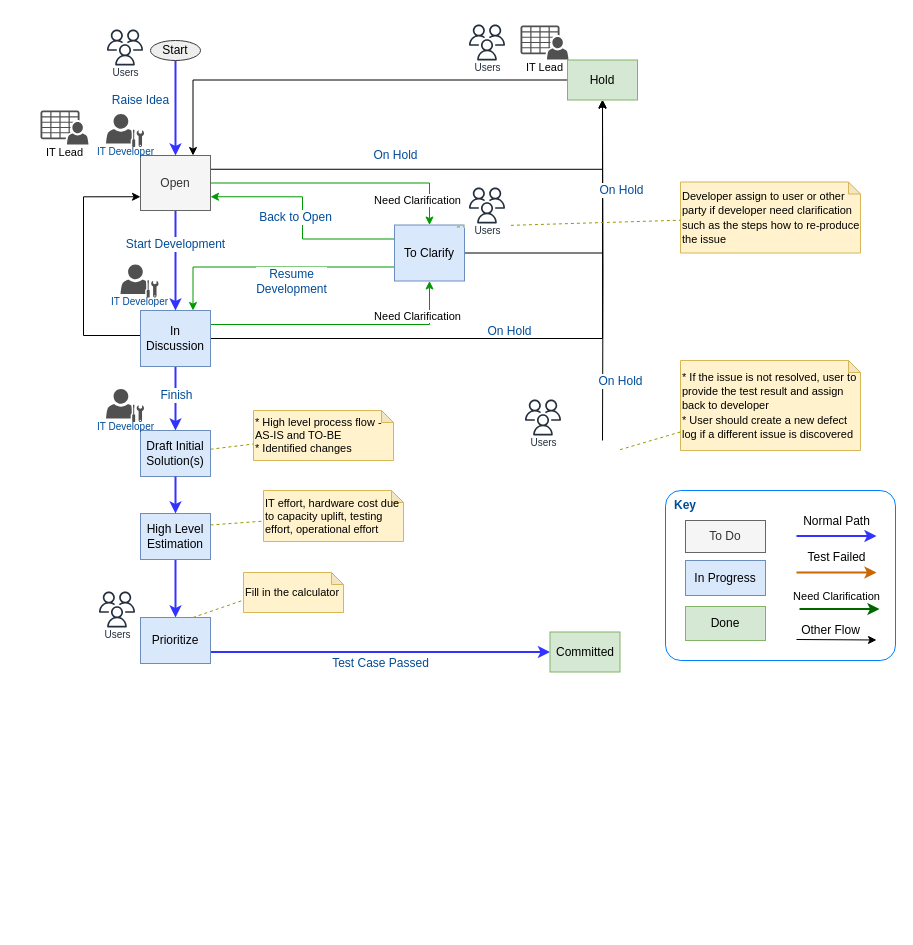
The draw.io diagram Change Request Workflow.drawio in whalebig27/change-request-process-diagram, before the edit. Source tidied: cells renumbered, new cells numbered last; positions are measured from the earlier drawing's top-left corner, leaving out a move shared by most shapes. Both pictures are drawn from the tidied source at 100%, with x=0, y=0 at pixel (40, 20).
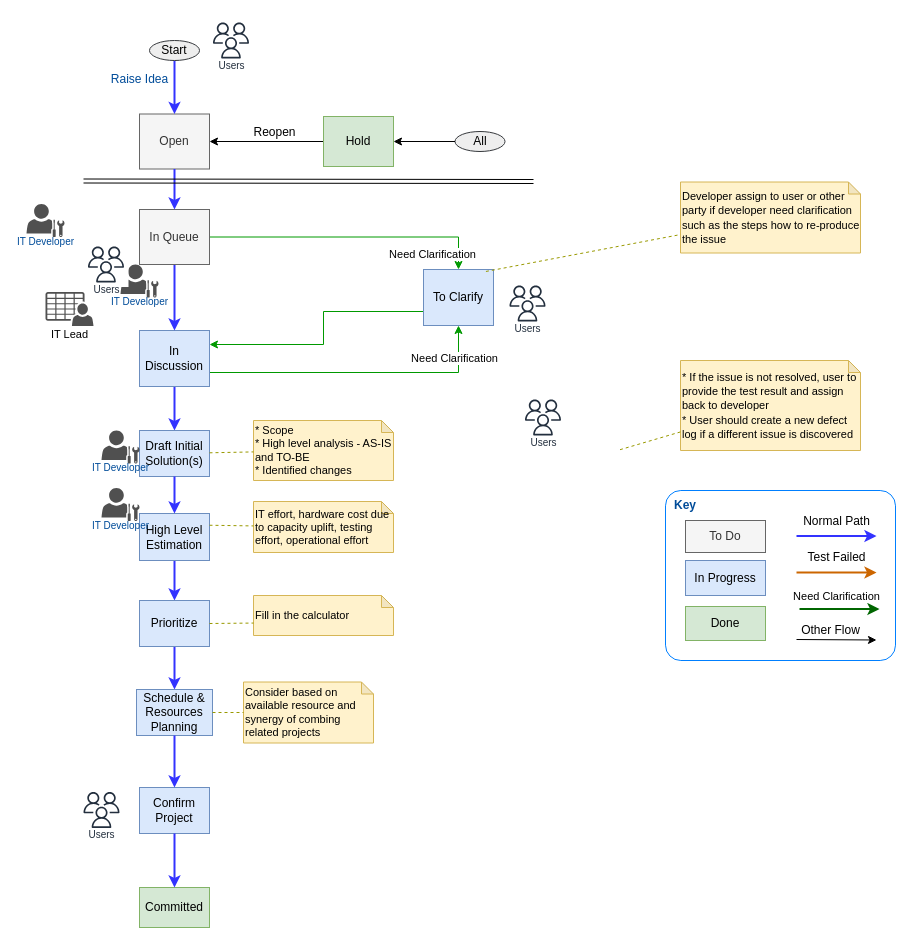
After the change.

Unchanged cells that the change refers to:
```xml
<mxCell id="6" style="edgeStyle=orthogonalEdgeStyle;rounded=0;jettySize=auto;html=1;entryX=0.5;entryY=0;entryDx=0;entryDy=0;fontSize=12;fontColor=#004C99;strokeColor=#3333FF;strokeWidth=2;" parent="1" edge="1" source="10" target="19">
  <mxGeometry relative="1" as="geometry" />
</mxCell>
```

Change to the diagram source:
```diff
@@
-    <mxCell id="3" style="edgeStyle=orthogonalEdgeStyle;rounded=0;jettySize=auto;html=1;entryX=0.5;entryY=1;entryDx=0;entryDy=0;fontSize=12;fontColor=#004C99;exitX=1;exitY=0.5;exitDx=0;exitDy=0;" parent="1" edge="1" source="10" target="23">
-      <mxGeometry relative="1" as="geometry" />
-    </mxCell>
-    <mxCell id="4" value="On Hold" style="text;html=1;align=center;verticalAlign=middle;labelBackgroundColor=none;fontSize=12;fontColor=#004C99;" parent="3" vertex="1">
-      <mxGeometry x="-0.44" y="-3" relative="1" as="geometry">
-        <mxPoint x="121.5" y="-11" as="offset" />
-      </mxGeometry>
-    </mxCell>
-    <mxCell id="5" style="edgeStyle=orthogonalEdgeStyle;rounded=0;jettySize=auto;html=1;fontSize=12;fontColor=#004C99;exitX=0;exitY=0.5;exitDx=0;exitDy=0;entryX=0;entryY=0.75;entryDx=0;entryDy=0;" parent="1" edge="1" source="10" target="17">
-      <mxGeometry relative="1" as="geometry">
-        <Array as="points">
-          <mxPoint x="100" y="315" />
-          <mxPoint x="43" y="315" />
-          <mxPoint x="43" y="176" />
-        </Array>
-      </mxGeometry>
-    </mxCell>
@@
-    <mxCell id="7" value="Finish" style="text;html=1;align=center;verticalAlign=middle;labelBackgroundColor=#ffffff;fontSize=12;fontColor=#004C99;" parent="6" vertex="1">
-      <mxGeometry x="-0.75" y="-1" relative="1" as="geometry">
-        <mxPoint x="1" y="20" as="offset" />
-      </mxGeometry>
-    </mxCell>
-    <mxCell id="8" style="edgeStyle=orthogonalEdgeStyle;rounded=0;jettySize=auto;html=1;exitX=1;exitY=0.25;exitDx=0;exitDy=0;entryX=0.5;entryY=1;entryDx=0;entryDy=0;strokeColor=#009900;strokeWidth=1;" parent="1" edge="1" source="10" target="34">
+    <mxCell id="8" style="edgeStyle=orthogonalEdgeStyle;rounded=0;jettySize=auto;html=1;exitX=1;exitY=0.75;exitDx=0;exitDy=0;entryX=0.5;entryY=1;entryDx=0;entryDy=0;strokeColor=#009900;strokeWidth=1;" parent="1" edge="1" source="10" target="34">
       <mxGeometry relative="1" as="geometry" />
     </mxCell>
     <mxCell id="9" value="Need Clarification" style="text;html=1;align=center;verticalAlign=middle;labelBackgroundColor=#ffffff;fontSize=11;" parent="8" vertex="1">
-      <mxGeometry x="0.74" y="13" relative="1" as="geometry" />
+      <mxGeometry x="0.74" y="13" relative="1" as="geometry">
+        <mxPoint x="8" y="-6" as="offset" />
+      </mxGeometry>
     </mxCell>
     <mxCell id="10" value="In Discussion" style="rounded=0;whiteSpace=wrap;html=1;strokeColor=#6c8ebf;fontSize=12;align=center;fillColor=#dae8fc;" parent="1" vertex="1">
-      <mxGeometry x="100" y="290" width="70" height="56" as="geometry" />
+      <mxGeometry x="99" y="310" width="70" height="56" as="geometry" />
     </mxCell>
-    <mxCell id="11" style="edgeStyle=orthogonalEdgeStyle;rounded=0;jettySize=auto;html=1;entryX=0.5;entryY=0;entryDx=0;entryDy=0;fontSize=12;fontColor=#004C99;strokeColor=#3333FF;strokeWidth=2;" parent="1" edge="1" source="17" target="10">
+    <mxCell id="11" style="edgeStyle=orthogonalEdgeStyle;rounded=0;jettySize=auto;html=1;entryX=0.5;entryY=0;entryDx=0;entryDy=0;fontSize=12;fontColor=#004C99;strokeColor=#3333FF;strokeWidth=2;" parent="1" edge="1" source="74" target="10">
       <mxGeometry relative="1" as="geometry" />
     </mxCell>
-    <mxCell id="12" value="Start Development" style="text;html=1;align=center;verticalAlign=middle;labelBackgroundColor=#ffffff;fontSize=12;fontColor=#004C99;" parent="11" vertex="1">
-      <mxGeometry x="-0.34" y="-1" relative="1" as="geometry" />
-    </mxCell>
-    <mxCell id="13" style="edgeStyle=orthogonalEdgeStyle;rounded=0;jettySize=auto;html=1;entryX=0.5;entryY=1;entryDx=0;entryDy=0;fontSize=12;fontColor=#004C99;exitX=1;exitY=0.25;exitDx=0;exitDy=0;" parent="1" edge="1" source="17" target="23">
-      <mxGeometry relative="1" as="geometry">
-        <Array as="points">
-          <mxPoint x="562" y="149" />
-        </Array>
-      </mxGeometry>
-    </mxCell>
-    <mxCell id="14" value="On Hold" style="text;html=1;align=center;verticalAlign=middle;labelBackgroundColor=#ffffff;fontSize=12;fontColor=#004C99;" parent="13" vertex="1">
-      <mxGeometry x="-0.21" relative="1" as="geometry">
-        <mxPoint x="3" y="-14" as="offset" />
-      </mxGeometry>
-    </mxCell>
-    <mxCell id="15" style="edgeStyle=orthogonalEdgeStyle;rounded=0;jettySize=auto;html=1;exitX=1;exitY=0.5;exitDx=0;exitDy=0;entryX=0.5;entryY=0;entryDx=0;entryDy=0;strokeColor=#009900;strokeWidth=1;" parent="1" edge="1" source="17" target="34">
+    <mxCell id="15" style="edgeStyle=orthogonalEdgeStyle;rounded=0;jettySize=auto;html=1;exitX=1;exitY=0.5;exitDx=0;exitDy=0;entryX=0.5;entryY=0;entryDx=0;entryDy=0;strokeColor=#009900;strokeWidth=1;" parent="1" edge="1" source="74" target="34">
       <mxGeometry relative="1" as="geometry" />
     </mxCell>
@@
     <mxCell id="17" value="Open" style="rounded=0;whiteSpace=wrap;html=1;strokeColor=#666666;fontSize=12;align=center;fontColor=#333333;fillColor=#f5f5f5;" parent="1" vertex="1">
-      <mxGeometry x="100" y="135" width="70" height="55" as="geometry" />
+      <mxGeometry x="99" y="93.5" width="70" height="55" as="geometry" />
     </mxCell>
@@
     <mxCell id="19" value="Draft Initial Solution(s)" style="rounded=0;whiteSpace=wrap;html=1;strokeColor=#6c8ebf;fontSize=12;align=center;fillColor=#dae8fc;" parent="1" vertex="1">
-      <mxGeometry x="100" y="410" width="70" height="46" as="geometry" />
+      <mxGeometry x="99" y="410" width="70" height="46" as="geometry" />
     </mxCell>
-    <mxCell id="20" style="edgeStyle=orthogonalEdgeStyle;rounded=0;jettySize=auto;html=1;entryX=0.5;entryY=1;entryDx=0;entryDy=0;fontSize=12;fontColor=#004C99;" parent="1" edge="1" target="23">
-      <mxGeometry relative="1" as="geometry">
-        <mxPoint x="562" y="420" as="sourcePoint" />
-      </mxGeometry>
-    </mxCell>
-    <mxCell id="21" value="On Hold" style="text;html=1;align=center;verticalAlign=middle;labelBackgroundColor=#ffffff;fontSize=12;fontColor=#004C99;" parent="20" vertex="1">
-      <mxGeometry x="-0.66" y="-2" relative="1" as="geometry">
-        <mxPoint x="15.5" y="-2" as="offset" />
-      </mxGeometry>
-    </mxCell>
-    <mxCell id="22" style="edgeStyle=orthogonalEdgeStyle;rounded=0;jettySize=auto;html=1;exitX=0;exitY=0.5;exitDx=0;exitDy=0;entryX=0.75;entryY=0;entryDx=0;entryDy=0;" parent="1" edge="1" source="23" target="17">
+    <mxCell id="22" style="edgeStyle=orthogonalEdgeStyle;rounded=0;jettySize=auto;html=1;exitX=0;exitY=0.5;exitDx=0;exitDy=0;entryX=1;entryY=0.5;entryDx=0;entryDy=0;" parent="1" edge="1" source="23" target="17">
       <mxGeometry relative="1" as="geometry" />
     </mxCell>
+    <mxCell id="72" value="Reopen" style="text;html=1;align=center;verticalAlign=middle;labelBackgroundColor=none;" parent="22" vertex="1">
+      <mxGeometry x="-0.6" y="2" relative="1" as="geometry">
+        <mxPoint x="-27" y="-12" as="offset" />
+      </mxGeometry>
+    </mxCell>
     <mxCell id="23" value="Hold" style="rounded=0;whiteSpace=wrap;html=1;strokeColor=#82b366;fontSize=12;align=center;fillColor=#d5e8d4;" parent="1" vertex="1">
-      <mxGeometry x="527" y="39.5" width="70" height="40" as="geometry" />
+      <mxGeometry x="283" y="96" width="70" height="50" as="geometry" />
     </mxCell>
-    <mxCell id="24" style="edgeStyle=orthogonalEdgeStyle;rounded=0;jettySize=auto;html=1;entryX=0;entryY=0.5;entryDx=0;entryDy=0;fontSize=12;fontColor=#004C99;exitX=1;exitY=0.75;exitDx=0;exitDy=0;strokeColor=#3333FF;strokeWidth=2;" parent="1" edge="1" source="26" target="27">
+    <mxCell id="24" style="edgeStyle=orthogonalEdgeStyle;rounded=0;jettySize=auto;html=1;entryX=0.5;entryY=0;entryDx=0;entryDy=0;fontSize=12;fontColor=#004C99;exitX=0.5;exitY=1;exitDx=0;exitDy=0;strokeColor=#3333FF;strokeWidth=2;" parent="1" edge="1" source="26" target="79">
       <mxGeometry relative="1" as="geometry" />
     </mxCell>
-    <mxCell id="25" value="Test Case Passed" style="text;html=1;align=center;verticalAlign=middle;labelBackgroundColor=#ffffff;fontSize=12;fontColor=#004C99;" parent="24" vertex="1">
-      <mxGeometry x="0.22" y="1" relative="1" as="geometry">
-        <mxPoint x="-38" y="12" as="offset" />
-      </mxGeometry>
-    </mxCell>
     <mxCell id="26" value="Prioritize" style="rounded=0;whiteSpace=wrap;html=1;strokeColor=#6c8ebf;fontSize=12;align=center;fillColor=#dae8fc;" parent="1" vertex="1">
-      <mxGeometry x="100" y="597" width="70" height="46" as="geometry" />
+      <mxGeometry x="99" y="580" width="70" height="46" as="geometry" />
     </mxCell>
     <mxCell id="27" value="Committed" style="rounded=0;whiteSpace=wrap;html=1;strokeColor=#82b366;fontSize=12;align=center;fillColor=#d5e8d4;" parent="1" vertex="1">
-      <mxGeometry x="509.5" y="611.5" width="70" height="40" as="geometry" />
+      <mxGeometry x="99" y="867" width="70" height="40" as="geometry" />
     </mxCell>
-    <mxCell id="28" style="edgeStyle=orthogonalEdgeStyle;rounded=0;jettySize=auto;html=1;entryX=0.75;entryY=0;entryDx=0;entryDy=0;fontSize=12;fontColor=#004C99;exitX=0;exitY=0.75;exitDx=0;exitDy=0;strokeColor=#009900;strokeWidth=1;" parent="1" edge="1" source="34" target="10">
+    <mxCell id="28" style="edgeStyle=orthogonalEdgeStyle;rounded=0;jettySize=auto;html=1;entryX=1;entryY=0.25;entryDx=0;entryDy=0;fontSize=12;fontColor=#004C99;exitX=0;exitY=0.75;exitDx=0;exitDy=0;strokeColor=#009900;strokeWidth=1;" parent="1" edge="1" source="34" target="10">
       <mxGeometry relative="1" as="geometry">
         <Array as="points">
-          <mxPoint x="153" y="247" />
+          <mxPoint x="283" y="291" />
+          <mxPoint x="283" y="324" />
         </Array>
       </mxGeometry>
     </mxCell>
-    <mxCell id="29" value="Resume &lt;br&gt;Development" style="text;html=1;align=center;verticalAlign=middle;labelBackgroundColor=#ffffff;fontSize=12;fontColor=#004C99;" parent="28" vertex="1">
-      <mxGeometry x="0.07" y="1" relative="1" as="geometry">
-        <mxPoint x="27" y="12.5" as="offset" />
-      </mxGeometry>
-    </mxCell>
-    <mxCell id="30" style="edgeStyle=orthogonalEdgeStyle;rounded=0;jettySize=auto;html=1;entryX=1;entryY=0.75;entryDx=0;entryDy=0;fontSize=12;fontColor=#004C99;exitX=0;exitY=0.25;exitDx=0;exitDy=0;strokeColor=#009900;strokeWidth=1;" parent="1" edge="1" source="34" target="17">
-      <mxGeometry relative="1" as="geometry" />
-    </mxCell>
-    <mxCell id="31" value="Back to Open" style="text;html=1;align=center;verticalAlign=middle;labelBackgroundColor=#ffffff;fontSize=12;fontColor=#004C99;" parent="30" vertex="1">
-      <mxGeometry x="0.39" y="3" relative="1" as="geometry">
-        <mxPoint x="15" y="17" as="offset" />
-      </mxGeometry>
-    </mxCell>
-    <mxCell id="32" style="edgeStyle=orthogonalEdgeStyle;rounded=0;jettySize=auto;html=1;entryX=0.5;entryY=1;entryDx=0;entryDy=0;fontSize=12;fontColor=#004C99;exitX=1;exitY=0.5;exitDx=0;exitDy=0;" parent="1" edge="1" source="34" target="23">
-      <mxGeometry relative="1" as="geometry" />
-    </mxCell>
-    <mxCell id="33" value="On Hold" style="text;html=1;align=center;verticalAlign=middle;labelBackgroundColor=#ffffff;fontSize=12;fontColor=#004C99;" parent="32" vertex="1">
-      <mxGeometry x="-0.67" y="4" relative="1" as="geometry">
-        <mxPoint x="108.5" y="-59" as="offset" />
-      </mxGeometry>
-    </mxCell>
     <mxCell id="34" value="To Clarify" style="rounded=0;whiteSpace=wrap;html=1;strokeColor=#6c8ebf;fontSize=12;align=center;fillColor=#dae8fc;" parent="1" vertex="1">
-      <mxGeometry x="354" y="204.5" width="70" height="56" as="geometry" />
+      <mxGeometry x="383" y="249" width="70" height="56" as="geometry" />
     </mxCell>
@@
     <mxCell id="37" value="Start" style="ellipse;whiteSpace=wrap;html=1;strokeColor=#36393d;fontSize=12;align=center;fillColor=#eeeeee;" parent="1" vertex="1">
-      <mxGeometry x="110" y="20" width="50" height="20" as="geometry" />
+      <mxGeometry x="109" y="20" width="50" height="20" as="geometry" />
     </mxCell>
     <mxCell id="38" value="Fill in the calculator" style="shape=note;whiteSpace=wrap;html=1;backgroundOutline=1;darkOpacity=0.05;strokeColor=#d6b656;fontSize=11;align=left;size=12;fillColor=#fff2cc;" parent="1" vertex="1">
-      <mxGeometry x="203" y="552" width="100" height="40" as="geometry" />
+      <mxGeometry x="213" y="575" width="140" height="40" as="geometry" />
     </mxCell>
-    <mxCell id="39" style="endArrow=none;dashed=1;html=1;fontSize=12;fontColor=#004C99;entryX=0.001;entryY=0.689;entryDx=0;entryDy=0;entryPerimeter=0;exitX=0.75;exitY=0;exitDx=0;exitDy=0;strokeColor=#999900;" parent="1" edge="1" source="26" target="38">
+    <mxCell id="39" style="endArrow=none;dashed=1;html=1;fontSize=12;fontColor=#004C99;entryX=0.001;entryY=0.689;entryDx=0;entryDy=0;entryPerimeter=0;exitX=1;exitY=0.5;exitDx=0;exitDy=0;strokeColor=#999900;" parent="1" edge="1" source="26" target="38">
       <mxGeometry relative="1" as="geometry" />
     </mxCell>
@@
     <mxCell id="48" value="Users" style="fontColor=#232F3E;gradientColor=none;strokeColor=#232F3E;fillColor=#ffffff;dashed=0;verticalLabelPosition=bottom;verticalAlign=top;align=center;html=1;fontSize=10;fontStyle=0;shape=mxgraph.aws4.resourceIcon;resIcon=mxgraph.aws4.users;spacingTop=-10;" parent="1" vertex="1">
-      <mxGeometry x="54" y="566.5" width="45" height="45" as="geometry" />
+      <mxGeometry x="38.5" y="767" width="45" height="45" as="geometry" />
     </mxCell>
@@
     <mxCell id="50" value="IT Developer" style="shadow=0;dashed=0;html=1;strokeColor=none;fillColor=#505050;labelPosition=center;verticalLabelPosition=bottom;verticalAlign=top;align=center;shape=mxgraph.office.users.administrator;fontSize=10;fontColor=#004C99;spacingTop=-8;" parent="1" vertex="1">
-      <mxGeometry x="65.5" y="93.5" width="38" height="33" as="geometry" />
+      <mxGeometry x="-14" y="183.5" width="38" height="33" as="geometry" />
     </mxCell>
@@
     <mxCell id="52" value="Users" style="fontColor=#232F3E;gradientColor=none;strokeColor=#232F3E;fillColor=#ffffff;dashed=0;verticalLabelPosition=bottom;verticalAlign=top;align=center;html=1;fontSize=10;fontStyle=0;shape=mxgraph.aws4.resourceIcon;resIcon=mxgraph.aws4.users;spacingTop=-10;" parent="1" vertex="1">
-      <mxGeometry x="424" y="162.5" width="45" height="45" as="geometry" />
+      <mxGeometry x="464.5" y="260.5" width="45" height="45" as="geometry" />
     </mxCell>
     <mxCell id="53" value="IT Developer" style="shadow=0;dashed=0;html=1;strokeColor=none;fillColor=#505050;labelPosition=center;verticalLabelPosition=bottom;verticalAlign=top;align=center;shape=mxgraph.office.users.administrator;fontSize=10;fontColor=#004C99;spacingTop=-8;" parent="1" vertex="1">
-      <mxGeometry x="65.5" y="368.5" width="38" height="33" as="geometry" />
+      <mxGeometry x="61" y="410" width="38" height="33" as="geometry" />
     </mxCell>
     <mxCell id="54" value="Users" style="fontColor=#232F3E;gradientColor=none;strokeColor=#232F3E;fillColor=#ffffff;dashed=0;verticalLabelPosition=bottom;verticalAlign=top;align=center;html=1;fontSize=10;fontStyle=0;shape=mxgraph.aws4.resourceIcon;resIcon=mxgraph.aws4.users;spacingTop=-10;" parent="1" vertex="1">
-      <mxGeometry x="62" y="4.5" width="45" height="45" as="geometry" />
+      <mxGeometry x="168" y="-2.5" width="45" height="45" as="geometry" />
     </mxCell>
-    <mxCell id="55" value="IT Lead" style="shadow=0;dashed=0;html=1;strokeColor=none;fillColor=#505050;labelPosition=center;verticalLabelPosition=bottom;verticalAlign=top;align=center;shape=mxgraph.office.users.csv_file;spacingTop=-5;fontSize=11;" parent="1" vertex="1">
-      <mxGeometry x="480" y="5" width="48" height="34" as="geometry" />
-    </mxCell>
     <mxCell id="56" value="IT Lead" style="shadow=0;dashed=0;html=1;strokeColor=none;fillColor=#505050;labelPosition=center;verticalLabelPosition=bottom;verticalAlign=top;align=center;shape=mxgraph.office.users.csv_file;spacingTop=-5;fontSize=11;" parent="1" vertex="1">
-      <mxGeometry y="90" width="48" height="34" as="geometry" />
+      <mxGeometry x="5" y="271.5" width="48" height="34" as="geometry" />
     </mxCell>
@@
-    <mxCell id="65" value="Users" style="fontColor=#232F3E;gradientColor=none;strokeColor=#232F3E;fillColor=#ffffff;dashed=0;verticalLabelPosition=bottom;verticalAlign=top;align=center;html=1;fontSize=10;fontStyle=0;shape=mxgraph.aws4.resourceIcon;resIcon=mxgraph.aws4.users;spacingTop=-10;" parent="1" vertex="1">
-      <mxGeometry x="424" y="-0.5" width="45" height="45" as="geometry" />
-    </mxCell>
-    <mxCell id="66" value="* High level process flow - AS-IS and TO-BE&lt;br&gt;* Identified changes" style="shape=note;whiteSpace=wrap;html=1;backgroundOutline=1;darkOpacity=0.05;strokeColor=#d6b656;fontSize=11;align=left;size=12;fillColor=#fff2cc;" parent="1" vertex="1">
-      <mxGeometry x="213" y="390" width="140" height="50" as="geometry" />
+    <mxCell id="66" value="* Scope&lt;br&gt;* High level analysis - AS-IS and TO-BE&lt;br&gt;* Identified changes" style="shape=note;whiteSpace=wrap;html=1;backgroundOutline=1;darkOpacity=0.05;strokeColor=#d6b656;fontSize=11;align=left;size=12;fillColor=#fff2cc;" parent="1" vertex="1">
+      <mxGeometry x="213" y="400" width="140" height="60" as="geometry" />
     </mxCell>
@@
     <mxCell id="68" value="High Level Estimation" style="rounded=0;whiteSpace=wrap;html=1;strokeColor=#6c8ebf;fontSize=12;align=center;fillColor=#dae8fc;" parent="1" vertex="1">
-      <mxGeometry x="100" y="493" width="70" height="46" as="geometry" />
+      <mxGeometry x="99" y="493" width="70" height="47" as="geometry" />
     </mxCell>
@@
     <mxCell id="70" value="IT effort, hardware cost due to capacity uplift, testing effort, operational effort" style="shape=note;whiteSpace=wrap;html=1;backgroundOutline=1;darkOpacity=0.05;strokeColor=#d6b656;fontSize=11;align=left;size=12;fillColor=#fff2cc;" parent="1" vertex="1">
-      <mxGeometry x="223" y="470" width="140" height="51" as="geometry" />
+      <mxGeometry x="213" y="481" width="140" height="51" as="geometry" />
     </mxCell>
@@
+    <mxCell id="73" value="IT Developer" style="shadow=0;dashed=0;html=1;strokeColor=none;fillColor=#505050;labelPosition=center;verticalLabelPosition=bottom;verticalAlign=top;align=center;shape=mxgraph.office.users.administrator;fontSize=10;fontColor=#004C99;spacingTop=-8;" parent="1" vertex="1">
+      <mxGeometry x="61" y="467.5" width="38" height="33" as="geometry" />
+    </mxCell>
+    <mxCell id="65" value="Users" style="fontColor=#232F3E;gradientColor=none;strokeColor=#232F3E;fillColor=#ffffff;dashed=0;verticalLabelPosition=bottom;verticalAlign=top;align=center;html=1;fontSize=10;fontStyle=0;shape=mxgraph.aws4.resourceIcon;resIcon=mxgraph.aws4.users;spacingTop=-10;" parent="1" vertex="1">
+      <mxGeometry x="43" y="221.5" width="45" height="45" as="geometry" />
+    </mxCell>
+    <mxCell id="74" value="In Queue" style="rounded=0;whiteSpace=wrap;html=1;strokeColor=#666666;fontSize=12;align=center;fontColor=#333333;fillColor=#f5f5f5;" parent="1" vertex="1">
+      <mxGeometry x="99" y="189" width="70" height="55" as="geometry" />
+    </mxCell>
+    <mxCell id="75" style="edgeStyle=orthogonalEdgeStyle;rounded=0;jettySize=auto;html=1;entryX=0.5;entryY=0;entryDx=0;entryDy=0;fontSize=12;fontColor=#004C99;strokeColor=#3333FF;strokeWidth=2;" parent="1" edge="1" source="17" target="74">
+      <mxGeometry relative="1" as="geometry" />
+    </mxCell>
+    <mxCell id="76" value="All" style="ellipse;whiteSpace=wrap;html=1;strokeColor=#36393d;fontSize=12;align=center;fillColor=#eeeeee;" parent="1" vertex="1">
+      <mxGeometry x="414.5" y="111" width="50" height="20" as="geometry" />
+    </mxCell>
+    <mxCell id="77" style="edgeStyle=orthogonalEdgeStyle;rounded=0;jettySize=auto;html=1;entryX=1;entryY=0.5;entryDx=0;entryDy=0;" parent="1" edge="1" source="76" target="23">
+      <mxGeometry relative="1" as="geometry" />
+    </mxCell>
+    <mxCell id="78" style="shape=link;html=1;" parent="1" edge="1">
+      <mxGeometry relative="1" as="geometry">
+        <mxPoint x="43" y="160.5" as="sourcePoint" />
+        <mxPoint x="493" y="161" as="targetPoint" />
+      </mxGeometry>
+    </mxCell>
+    <mxCell id="79" value="Schedule &amp;amp; Resources Planning" style="rounded=0;whiteSpace=wrap;html=1;strokeColor=#6c8ebf;fontSize=12;align=center;fillColor=#dae8fc;" parent="1" vertex="1">
+      <mxGeometry x="96" y="669" width="76" height="46" as="geometry" />
+    </mxCell>
+    <mxCell id="80" value="Confirm Project" style="rounded=0;whiteSpace=wrap;html=1;strokeColor=#6c8ebf;fontSize=12;align=center;fillColor=#dae8fc;" parent="1" vertex="1">
+      <mxGeometry x="99" y="767" width="70" height="46" as="geometry" />
+    </mxCell>
+    <mxCell id="81" style="edgeStyle=orthogonalEdgeStyle;rounded=0;jettySize=auto;html=1;entryX=0.5;entryY=0;entryDx=0;entryDy=0;fontSize=12;fontColor=#004C99;strokeColor=#3333FF;strokeWidth=2;exitX=0.5;exitY=1;exitDx=0;exitDy=0;" parent="1" edge="1" source="79" target="80">
+      <mxGeometry relative="1" as="geometry" />
+    </mxCell>
+    <mxCell id="82" style="edgeStyle=orthogonalEdgeStyle;rounded=0;jettySize=auto;html=1;entryX=0.5;entryY=0;entryDx=0;entryDy=0;fontSize=12;fontColor=#004C99;strokeColor=#3333FF;strokeWidth=2;exitX=0.5;exitY=1;exitDx=0;exitDy=0;" parent="1" edge="1" source="80" target="27">
+      <mxGeometry relative="1" as="geometry" />
+    </mxCell>
+    <mxCell id="83" value="Consider based on available resource and synergy of combing related projects" style="shape=note;whiteSpace=wrap;html=1;backgroundOutline=1;darkOpacity=0.05;strokeColor=#d6b656;fontSize=11;align=left;size=12;fillColor=#fff2cc;" parent="1" vertex="1">
+      <mxGeometry x="203" y="661.5" width="130" height="61" as="geometry" />
+    </mxCell>
+    <mxCell id="84" style="endArrow=none;dashed=1;html=1;fontSize=12;fontColor=#004C99;entryX=0;entryY=0.5;entryDx=0;entryDy=0;entryPerimeter=0;exitX=1;exitY=0.5;exitDx=0;exitDy=0;strokeColor=#999900;" parent="1" edge="1" source="79" target="83">
+      <mxGeometry relative="1" as="geometry" />
+    </mxCell>
```
